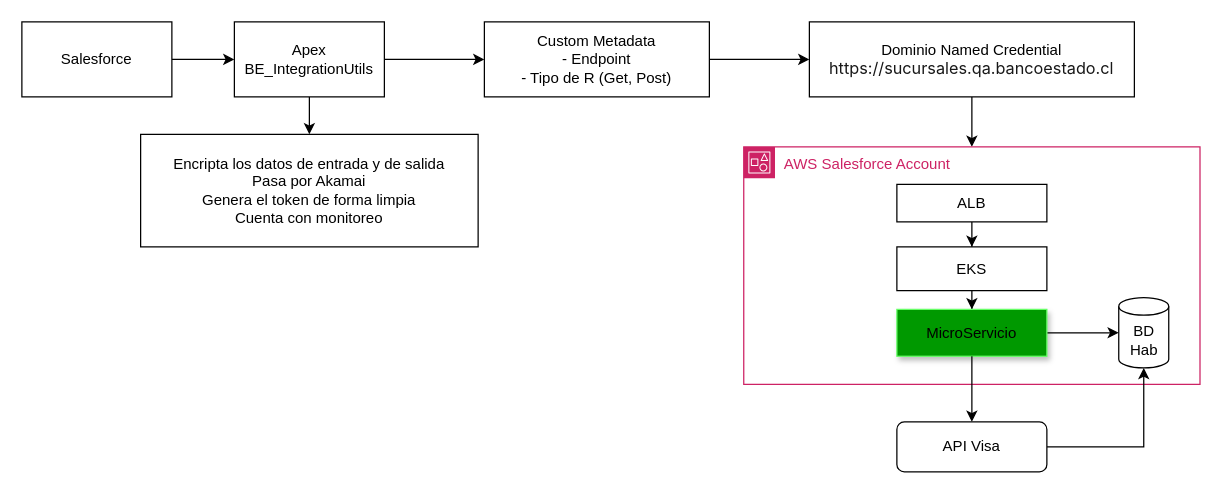
nonate/personalProject keeps this draw.io diagram as Diagrama APis Arquitectura.drawio. Above is the earlier version. Source tidied: cells renumbered, new cells numbered last; positions are measured from the earlier drawing's top-left corner, leaving out a move shared by most shapes. Both pictures are drawn from the tidied source at 125%, with x=0, y=0 at pixel (21, 21).
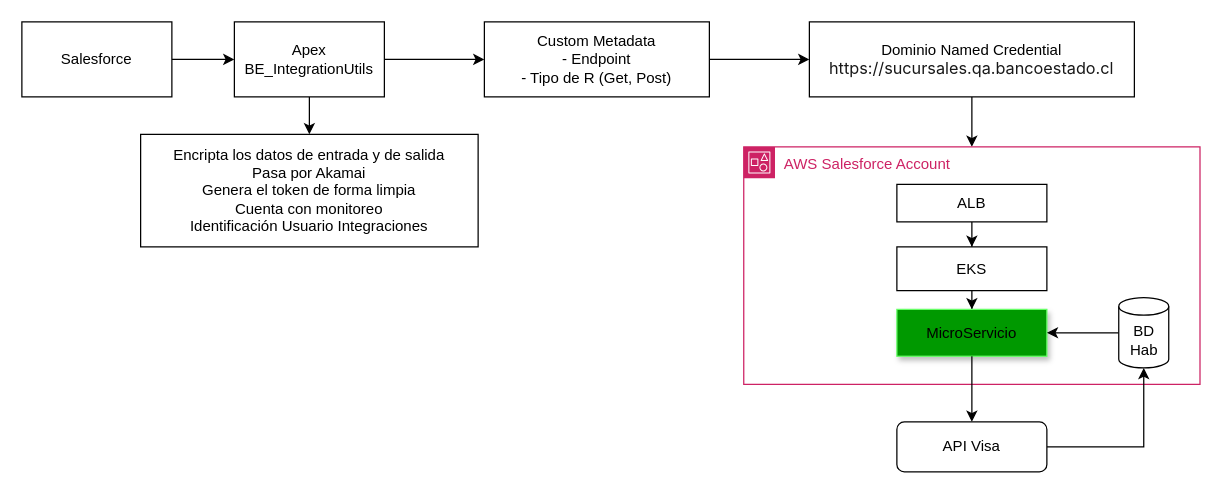
The same diagram, later.

The change refers to these unchanged cells:
```xml
<mxCell id="11" value="AWS Salesforce Account" style="points=[[0,0],[0.25,0],[0.5,0],[0.75,0],[1,0],[1,0.25],[1,0.5],[1,0.75],[1,1],[0.75,1],[0.5,1],[0.25,1],[0,1],[0,0.75],[0,0.5],[0,0.25]];outlineConnect=0;gradientColor=none;html=1;whiteSpace=wrap;fontSize=12;fontStyle=0;shape=mxgraph.aws4.group;grIcon=mxgraph.aws4.group_account;strokeColor=#CD2264;fillColor=none;verticalAlign=top;align=left;spacingLeft=30;fontColor=#CD2264;dashed=0;" parent="1" vertex="1">
  <mxGeometry x="577.5" y="100" width="365" height="190" as="geometry" />
</mxCell>
<mxCell id="17" value="MicroServicio" style="rounded=0;whiteSpace=wrap;html=1;shadow=1;strokeColor=#66FF66;fillColor=#009900;" parent="11" vertex="1">
  <mxGeometry x="122.5" y="130" width="120" height="37.5" as="geometry" />
</mxCell>
<mxCell id="18" value="BD Hab" style="shape=cylinder3;whiteSpace=wrap;html=1;boundedLbl=1;backgroundOutline=1;size=7;" parent="11" vertex="1">
  <mxGeometry x="300" y="120.6" width="40" height="56.2" as="geometry" />
</mxCell>
```

Change to the diagram source:
```diff
@@
-    <mxCell id="16" style="edgeStyle=orthogonalEdgeStyle;rounded=0;jettySize=auto;html=1;" parent="11" edge="1" source="17" target="18">
-      <mxGeometry relative="1" as="geometry" />
-    </mxCell>
@@
+    <mxCell id="23" style="edgeStyle=orthogonalEdgeStyle;rounded=0;jettySize=auto;html=1;entryX=1;entryY=0.5;entryDx=0;entryDy=0;" parent="11" edge="1" source="18" target="17">
+      <mxGeometry relative="1" as="geometry" />
+    </mxCell>
@@
-    <mxCell id="22" value="Encripta los datos de entrada y de salida&lt;div&gt;Pasa por Akamai&lt;/div&gt;&lt;div&gt;Genera el token de forma limpia&lt;/div&gt;&lt;div&gt;Cuenta con monitoreo&lt;/div&gt;" style="rounded=0;whiteSpace=wrap;html=1;" parent="1" vertex="1">
+    <mxCell id="22" value="Encripta los datos de entrada y de salida&lt;div&gt;Pasa por Akamai&lt;/div&gt;&lt;div&gt;Genera el token de forma limpia&lt;/div&gt;&lt;div&gt;Cuenta con monitoreo&lt;/div&gt;&lt;div&gt;Identificación Usuario Integraciones&lt;/div&gt;" style="rounded=0;whiteSpace=wrap;html=1;" parent="1" vertex="1">
       <mxGeometry x="95" y="90" width="270" height="90" as="geometry" />
     </mxCell>
```
